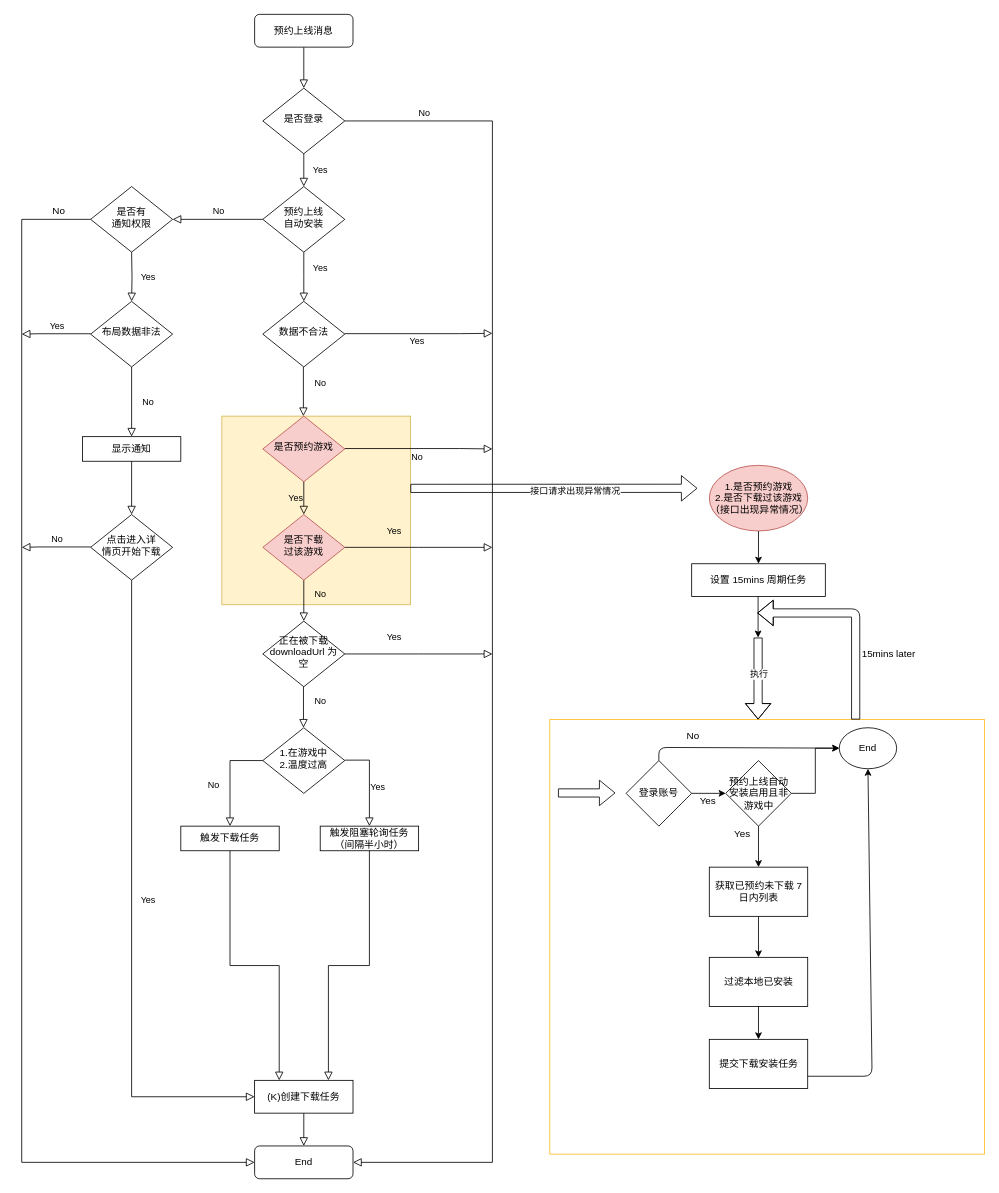
This is InternalStrength/GameCenterSubscribe.drawio from DevRamonLee/LearningDemo, a draw.io file, before an edit. Source tidied: cells renumbered, new cells numbered last; positions are measured from the earlier drawing's top-left corner, leaving out a move shared by most shapes. Both pictures are drawn from the tidied source at 82%, with x=0, y=0 at pixel (21, 14).
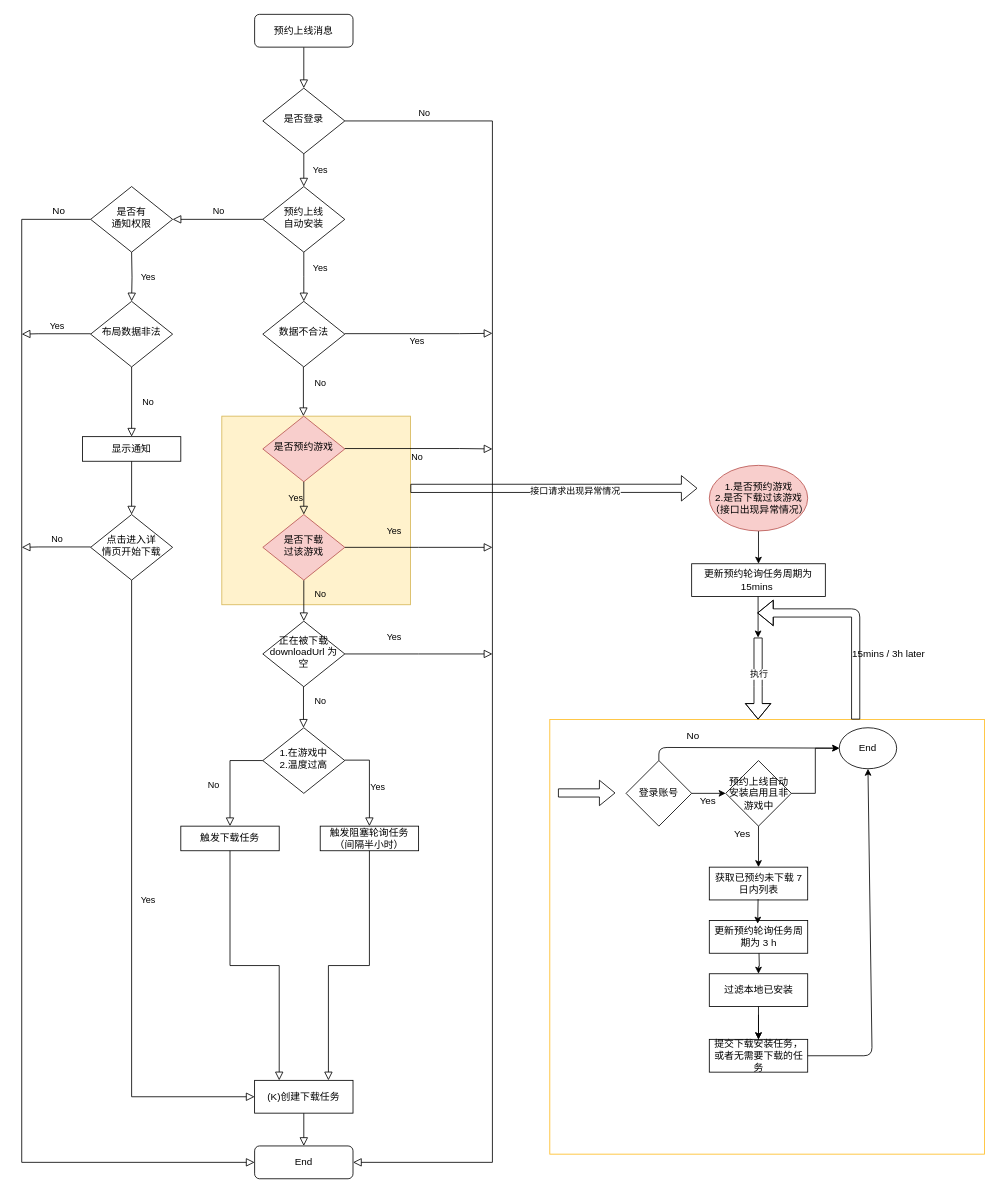
After the change.

Unchanged cells that the change refers to:
```xml
<mxCell id="47" style="group;" parent="1" vertex="1">
  <mxGeometry x="644" y="550" width="530" height="840" as="geometry" />
</mxCell>
<mxCell id="61" value="End" style="ellipse;whiteSpace=wrap;html=1;strokeColor=#000000;" parent="47" vertex="1">
  <mxGeometry x="353" y="320" width="70" height="50" as="geometry" />
</mxCell>
```

The edit, as a diff of the source:
```diff
@@
-    <mxCell id="49" value="设置 15mins 周期任务" style="rounded=0;whiteSpace=wrap;html=1;" parent="47" vertex="1">
+    <mxCell id="49" value="更新预约轮询任务周期为15mins&amp;nbsp;" style="rounded=0;whiteSpace=wrap;html=1;" parent="47" vertex="1">
       <mxGeometry x="173" y="120" width="163" height="40" as="geometry" />
     </mxCell>
@@
-    <mxCell id="58" value="15mins later" style="text;html=1;align=center;verticalAlign=middle;" parent="47" vertex="1">
-      <mxGeometry x="373" y="220" width="80" height="20" as="geometry" />
+    <mxCell id="58" value="15mins / 3h later" style="text;html=1;align=center;verticalAlign=middle;" parent="47" vertex="1">
+      <mxGeometry x="363" y="220" width="100" height="20" as="geometry" />
     </mxCell>
@@
     <mxCell id="66" value="获取已预约未下载 7 日内列表" style="rounded=0;whiteSpace=wrap;html=1;strokeColor=#000000;" parent="47" vertex="1">
-      <mxGeometry x="194.5" y="490" width="120" height="60" as="geometry" />
+      <mxGeometry x="194.5" y="490" width="120" height="40" as="geometry" />
     </mxCell>
@@
     <mxCell id="69" value="过滤本地已安装" style="rounded=0;whiteSpace=wrap;html=1;strokeColor=#000000;" parent="47" vertex="1">
-      <mxGeometry x="194.5" y="600" width="120" height="60" as="geometry" />
+      <mxGeometry x="194.5" y="620" width="120" height="40" as="geometry" />
     </mxCell>
-    <mxCell id="70" style="edgeStyle=orthogonalEdgeStyle;rounded=0;jettySize=auto;html=1;" parent="47" edge="1" source="66" target="69">
-      <mxGeometry relative="1" as="geometry" />
+    <mxCell id="70" style="edgeStyle=orthogonalEdgeStyle;rounded=0;jettySize=auto;html=1;" parent="47" edge="1" target="69">
+      <mxGeometry relative="1" as="geometry">
+        <mxPoint x="255" y="590" as="sourcePoint" />
+      </mxGeometry>
     </mxCell>
-    <mxCell id="71" value="提交下载安装任务" style="rounded=0;whiteSpace=wrap;html=1;strokeColor=#000000;" parent="47" vertex="1">
-      <mxGeometry x="194.5" y="700" width="120" height="60" as="geometry" />
+    <mxCell id="71" value="提交下载安装任务，或者无需要下载的任务" style="rounded=0;whiteSpace=wrap;html=1;strokeColor=#000000;" parent="47" vertex="1">
+      <mxGeometry x="194.5" y="700" width="120" height="40" as="geometry" />
     </mxCell>
@@
-    <mxCell id="73" style="endArrow=classic;html=1;entryX=0.5;entryY=1;entryDx=0;entryDy=0;exitX=1;exitY=0.75;exitDx=0;exitDy=0;" parent="47" edge="1" source="71" target="61">
+    <mxCell id="73" style="endArrow=classic;html=1;entryX=0.5;entryY=1;entryDx=0;entryDy=0;exitX=1;exitY=0.5;exitDx=0;exitDy=0;" parent="47" edge="1" source="71" target="61">
       <mxGeometry relative="1" as="geometry">
         <Array as="points">
-          <mxPoint x="393" y="745" />
+          <mxPoint x="393" y="720" />
         </Array>
       </mxGeometry>
     </mxCell>
+    <mxCell id="74" value="更新预约轮询任务周期为 3 h" style="rounded=0;whiteSpace=wrap;html=1;strokeColor=#000000;" parent="47" vertex="1">
+      <mxGeometry x="194.5" y="555" width="120" height="40" as="geometry" />
+    </mxCell>
+    <mxCell id="75" style="edgeStyle=orthogonalEdgeStyle;rounded=0;orthogonalLoop=1;jettySize=auto;html=1;" parent="47" edge="1">
+      <mxGeometry relative="1" as="geometry">
+        <mxPoint x="254.5" y="670" as="sourcePoint" />
+        <mxPoint x="254.5" y="700" as="targetPoint" />
+      </mxGeometry>
+    </mxCell>
+    <mxCell id="76" style="edgeStyle=orthogonalEdgeStyle;rounded=0;orthogonalLoop=1;jettySize=auto;html=1;" parent="47" edge="1">
+      <mxGeometry relative="1" as="geometry">
+        <mxPoint x="254" y="529" as="sourcePoint" />
+        <mxPoint x="253.5" y="559" as="targetPoint" />
+      </mxGeometry>
+    </mxCell>
```
